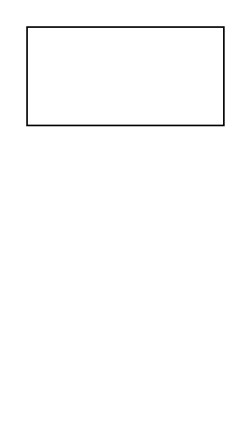
chenxiOnEarth/diagram keeps this draw.io diagram as Untitled Diagram.drawio. Above is the earlier version. Source tidied: cells renumbered, new cells numbered last; positions are measured from the earlier drawing's top-left corner, leaving out a move shared by most shapes. Both pictures are drawn from the tidied source at 164%, with x=0, y=0 at pixel (26, 26).
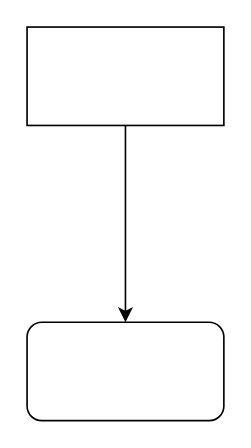
The same page after the edit.

The edit, as a diff of the source:
```diff
@@
 <mxGraphModel>
   <root>
     <mxCell id="0" />
     <mxCell id="1" parent="0" />
+    <mxCell id="3" style="edgeStyle=orthogonalEdgeStyle;rounded=0;jettySize=auto;html=1;exitX=0.5;exitY=1;exitDx=0;exitDy=0;entryX=0.5;entryY=0;entryDx=0;entryDy=0;" parent="1" edge="1" source="2" target="4">
+      <mxGeometry relative="1" as="geometry" />
+    </mxCell>
     <mxCell id="2" style="rounded=0;whiteSpace=wrap;html=1;" parent="1" vertex="1">
       <mxGeometry width="120" height="60" as="geometry" />
     </mxCell>
+    <mxCell id="4" style="rounded=1;whiteSpace=wrap;html=1;" parent="1" vertex="1">
+      <mxGeometry y="180" width="120" height="60" as="geometry" />
+    </mxCell>
   </root>
 </mxGraphModel>
```
